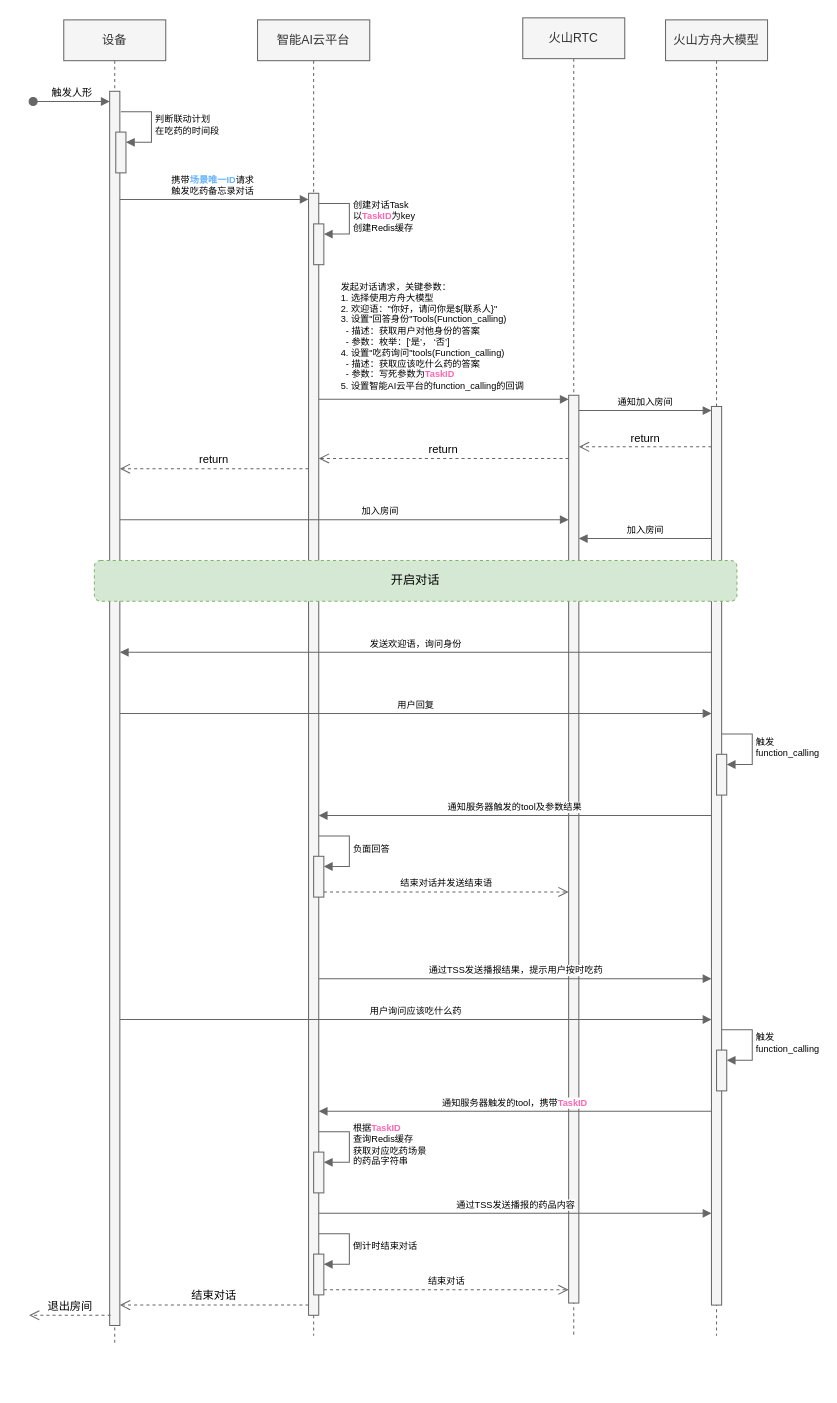
Earlier version of the draw.io diagram 吃药场景触发交互流程图.drawio (Chrischenny/selfblog). Source tidied: cells renumbered, new cells numbered last; positions are measured from the earlier drawing's top-left corner, leaving out a move shared by most shapes. Both pictures are drawn from the tidied source at 102%, with x=0, y=0 at pixel (29, 17).
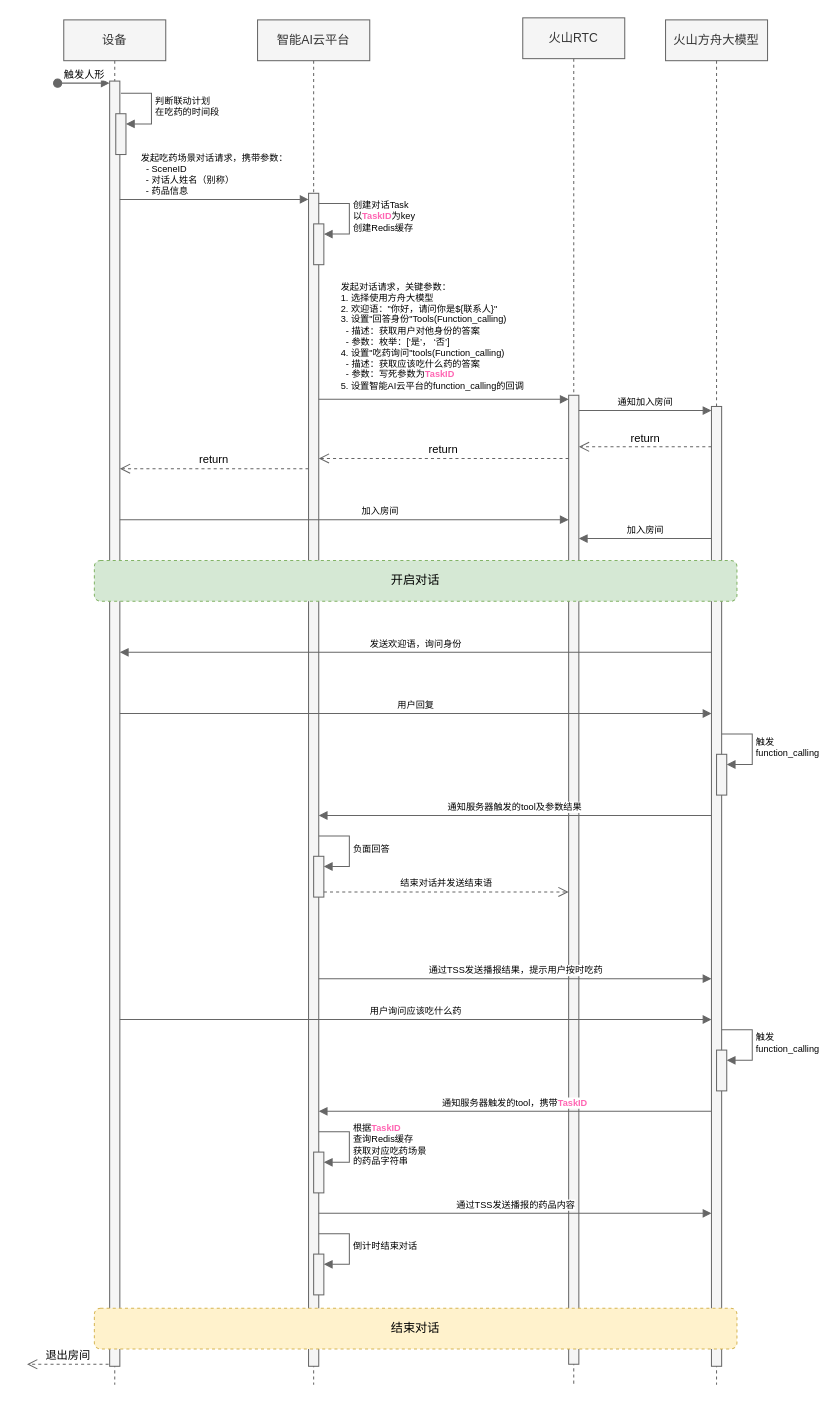
Above is the later version.

Commit message (it also covers changes not shown here):
更新吃药场景触发交互流程图.drawio

The change refers to these unchanged cells:
```xml
<mxCell id="14" style="html=1;points=[[0,0,0,0,5],[0,1,0,0,-5],[1,0,0,0,5],[1,1,0,0,-5]];perimeter=orthogonalPerimeter;outlineConnect=0;targetShapes=umlLifeline;portConstraint=eastwest;newEdgeStyle={&quot;curved&quot;:0,&quot;rounded&quot;:0};fillColor=#f5f5f5;fontColor=#333333;strokeColor=#666666;" parent="6" vertex="1">
  <mxGeometry x="55" y="1210" width="10" height="40" as="geometry" />
</mxCell>
```

Diff of the diagram source:
```diff
@@
     <mxCell id="2" value="设备" style="shape=umlLifeline;perimeter=lifelinePerimeter;whiteSpace=wrap;html=1;newEdgeStyle={&quot;curved&quot;:0,&quot;rounded&quot;:0};fillColor=#f5f5f5;fontColor=#333333;strokeColor=#666666;" parent="1" vertex="1">
-      <mxGeometry x="34" y="2" width="100" height="1300" as="geometry" />
+      <mxGeometry x="34" y="2" width="100" height="1338" as="geometry" />
     </mxCell>
     <mxCell id="3" style="html=1;points=[[0,0,0,0,5],[0,1,0,0,-5],[1,0,0,0,5],[1,1,0,0,-5]];perimeter=orthogonalPerimeter;outlineConnect=0;targetShapes=umlLifeline;portConstraint=eastwest;newEdgeStyle={&quot;curved&quot;:0,&quot;rounded&quot;:0};fillColor=#f5f5f5;fontColor=#333333;strokeColor=#666666;" parent="2" vertex="1">
-      <mxGeometry x="45" y="70" width="10" height="1210" as="geometry" />
+      <mxGeometry x="45" y="60" width="10" height="1260" as="geometry" />
     </mxCell>
     <mxCell id="4" style="html=1;points=[[0,0,0,0,5],[0,1,0,0,-5],[1,0,0,0,5],[1,1,0,0,-5]];perimeter=orthogonalPerimeter;outlineConnect=0;targetShapes=umlLifeline;portConstraint=eastwest;newEdgeStyle={&quot;curved&quot;:0,&quot;rounded&quot;:0};fillColor=#f5f5f5;fontColor=#333333;strokeColor=#666666;" parent="2" vertex="1">
-      <mxGeometry x="51" y="110" width="10" height="40" as="geometry" />
+      <mxGeometry x="51" y="92" width="10" height="40" as="geometry" />
     </mxCell>
     <mxCell id="5" value="判断联动计划&lt;div&gt;在吃药的时间段&lt;/div&gt;" style="html=1;align=left;spacingLeft=2;endArrow=block;rounded=0;edgeStyle=orthogonalEdgeStyle;curved=0;rounded=0;fontSize=9;fillColor=#f5f5f5;strokeColor=#666666;" parent="2" edge="1" target="4">
       <mxGeometry relative="1" as="geometry">
-        <mxPoint x="56" y="90" as="sourcePoint" />
+        <mxPoint x="56" y="72" as="sourcePoint" />
         <Array as="points">
-          <mxPoint x="86" y="120" />
+          <mxPoint x="86" y="102" />
         </Array>
       </mxGeometry>
     </mxCell>
     <mxCell id="6" value="智能AI云平台" style="shape=umlLifeline;perimeter=lifelinePerimeter;whiteSpace=wrap;html=1;newEdgeStyle={&quot;curved&quot;:0,&quot;rounded&quot;:0};fillColor=#f5f5f5;fontColor=#333333;strokeColor=#666666;" parent="1" vertex="1">
-      <mxGeometry x="224" y="2" width="110" height="1290" as="geometry" />
+      <mxGeometry x="224" y="2" width="110" height="1338" as="geometry" />
     </mxCell>
     <mxCell id="7" style="html=1;points=[[0,0,0,0,5],[0,1,0,0,-5],[1,0,0,0,5],[1,1,0,0,-5]];perimeter=orthogonalPerimeter;outlineConnect=0;targetShapes=umlLifeline;portConstraint=eastwest;newEdgeStyle={&quot;curved&quot;:0,&quot;rounded&quot;:0};align=left;fontSize=9;fillColor=#f5f5f5;fontColor=#333333;strokeColor=#666666;" parent="6" vertex="1">
-      <mxGeometry x="50" y="170" width="10" height="1100" as="geometry" />
+      <mxGeometry x="50" y="170" width="10" height="1150" as="geometry" />
     </mxCell>
@@
     <mxCell id="16" value="火山RTC" style="shape=umlLifeline;perimeter=lifelinePerimeter;whiteSpace=wrap;html=1;newEdgeStyle={&quot;curved&quot;:0,&quot;rounded&quot;:0};fillColor=#f5f5f5;fontColor=#333333;strokeColor=#666666;" parent="1" vertex="1">
-      <mxGeometry x="484" width="100" height="1292" as="geometry" />
+      <mxGeometry x="484" width="100" height="1340" as="geometry" />
     </mxCell>
     <mxCell id="17" style="html=1;points=[[0,0,0,0,5],[0,1,0,0,-5],[1,0,0,0,5],[1,1,0,0,-5]];perimeter=orthogonalPerimeter;outlineConnect=0;targetShapes=umlLifeline;portConstraint=eastwest;newEdgeStyle={&quot;curved&quot;:0,&quot;rounded&quot;:0};fillColor=#f5f5f5;fontColor=#333333;strokeColor=#666666;" parent="16" vertex="1">
-      <mxGeometry x="45" y="370" width="10" height="890" as="geometry" />
+      <mxGeometry x="45" y="370" width="10" height="950" as="geometry" />
     </mxCell>
     <mxCell id="18" value="火山方舟大模型" style="shape=umlLifeline;perimeter=lifelinePerimeter;whiteSpace=wrap;html=1;newEdgeStyle={&quot;curved&quot;:0,&quot;rounded&quot;:0};fillColor=#f5f5f5;fontColor=#333333;strokeColor=#666666;" parent="1" vertex="1">
-      <mxGeometry x="624" y="2" width="100" height="1290" as="geometry" />
+      <mxGeometry x="624" y="2" width="100" height="1338" as="geometry" />
     </mxCell>
     <mxCell id="19" style="html=1;perimeter=orthogonalPerimeter;targetShapes=umlLifeline;newEdgeStyle={&quot;curved&quot;:0,&quot;rounded&quot;:0};fillColor=#f5f5f5;fontColor=#333333;strokeColor=#666666;" parent="18" vertex="1">
-      <mxGeometry x="45" y="379" width="10" height="881" as="geometry" />
+      <mxGeometry x="45" y="379" width="10" height="941" as="geometry" />
     </mxCell>
@@
-    <mxCell id="24" value="触发人形" style="html=1;verticalAlign=bottom;startArrow=oval;startFill=1;endArrow=block;startSize=8;curved=0;rounded=0;fontSize=10;fillColor=#f5f5f5;strokeColor=#666666;" parent="1" edge="1" target="3">
+    <mxCell id="24" value="触发人形" style="html=1;verticalAlign=bottom;startArrow=oval;startFill=1;endArrow=block;startSize=8;curved=0;rounded=0;fontSize=10;fillColor=#f5f5f5;strokeColor=#666666;" parent="1" edge="1">
       <mxGeometry relative="1" as="geometry">
-        <mxPoint x="4" y="82" as="sourcePoint" />
+        <mxPoint x="28" y="64" as="sourcePoint" />
+        <mxPoint x="79" y="64" as="targetPoint" />
       </mxGeometry>
     </mxCell>
-    <mxCell id="25" value="&lt;font&gt;携带&lt;b&gt;&lt;font style=&quot;color: rgb(102, 178, 255);&quot;&gt;场景唯一ID&lt;/font&gt;&lt;/b&gt;请求&lt;/font&gt;&lt;div&gt;&lt;font&gt;触发吃药备忘录对话&lt;/font&gt;&lt;/div&gt;" style="html=1;verticalAlign=bottom;endArrow=block;curved=0;rounded=0;align=left;labelBackgroundColor=none;fontSize=9;fillColor=#f5f5f5;strokeColor=#666666;" parent="1" edge="1" target="7">
-      <mxGeometry x="-0.47" relative="1" as="geometry">
+    <mxCell id="25" value="&lt;font&gt;发起吃药场景对话请求，携带参数：&lt;/font&gt;&lt;div&gt;&lt;font&gt;&lt;font style=&quot;color: rgb(102, 178, 255);&quot;&gt;&amp;nbsp; &lt;/font&gt;&lt;font&gt;&lt;font style=&quot;color: rgb(0, 0, 0);&quot;&gt;-&lt;/font&gt;&lt;font style=&quot;color: rgb(102, 178, 255);&quot;&gt;&amp;nbsp;&lt;/font&gt;&lt;font style=&quot;color: rgb(0, 0, 0);&quot;&gt;Scene&lt;/font&gt;&lt;font style=&quot;color: rgb(0, 0, 0);&quot;&gt;ID&lt;/font&gt;&lt;/font&gt;&lt;/font&gt;&lt;/div&gt;&lt;div&gt;&lt;font style=&quot;color: rgb(0, 0, 0);&quot;&gt;&amp;nbsp; - 对话人姓名（别称）&lt;/font&gt;&lt;/div&gt;&lt;div&gt;&lt;font style=&quot;color: rgb(0, 0, 0);&quot;&gt;&amp;nbsp; - 药品信息&lt;/font&gt;&lt;/div&gt;" style="html=1;verticalAlign=bottom;endArrow=block;curved=0;rounded=0;align=left;labelBackgroundColor=none;fontSize=9;fillColor=#f5f5f5;strokeColor=#666666;" parent="1" edge="1" target="7">
+      <mxGeometry x="-0.79" relative="1" as="geometry">
         <mxPoint x="89" y="178" as="sourcePoint" />
       </mxGeometry>
     </mxCell>
@@
-    <mxCell id="42" value="结束对话" style="html=1;verticalAlign=bottom;endArrow=open;dashed=1;endSize=8;curved=0;rounded=0;exitX=1;exitY=1;exitDx=0;exitDy=-5;exitPerimeter=0;fontSize=9;fillColor=#f5f5f5;strokeColor=#666666;" parent="1" edge="1" source="14" target="17">
-      <mxGeometry relative="1" as="geometry" />
-    </mxCell>
-    <mxCell id="43" value="结束对话" style="html=1;verticalAlign=bottom;endArrow=open;dashed=1;endSize=8;curved=0;rounded=0;fillColor=#f5f5f5;strokeColor=#666666;" parent="1" edge="1">
-      <mxGeometry relative="1" as="geometry">
-        <mxPoint x="274" y="1262" as="sourcePoint" />
-        <mxPoint x="89" y="1262" as="targetPoint" />
-      </mxGeometry>
-    </mxCell>
     <mxCell id="44" value="退出房间" style="html=1;verticalAlign=bottom;endArrow=open;dashed=1;endSize=8;curved=0;rounded=0;fillColor=#f5f5f5;strokeColor=#666666;" parent="1" edge="1">
       <mxGeometry relative="1" as="geometry">
-        <mxPoint x="80" y="1272" as="sourcePoint" />
-        <mxPoint y="1272" as="targetPoint" />
+        <mxPoint x="78" y="1320" as="sourcePoint" />
+        <mxPoint x="-2" y="1320" as="targetPoint" />
       </mxGeometry>
     </mxCell>
+    <mxCell id="45" value="结束对话" style="rounded=1;whiteSpace=wrap;html=1;dashed=1;fillColor=#fff2cc;strokeColor=#d6b656;" parent="1" vertex="1">
+      <mxGeometry x="64" y="1265" width="630" height="40" as="geometry" />
+    </mxCell>
```
